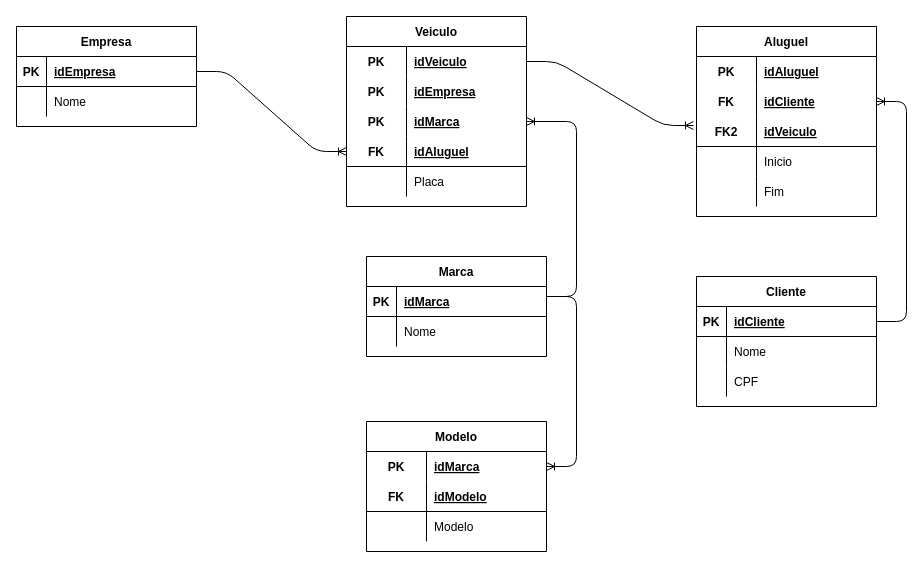
Before: page "logico" (2 of 2) of Exercícios/Exercício 1.2/1.2_modelo-conceitual-logico.drawio in Eduardo-Cav/Senai_sprint1_bd, a draw.io diagram. Source tidied: cells renumbered, new cells numbered last; positions are measured from the earlier drawing's top-left corner, leaving out a move shared by most shapes. Both pictures are drawn from the tidied source at 100%, with x=0, y=0 at pixel (16, 16).
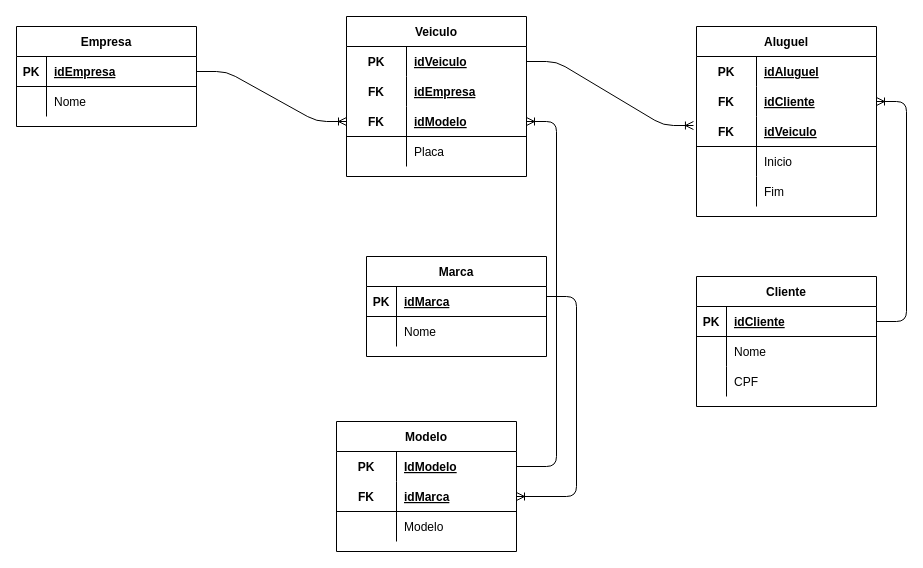
Above is the later version.

The change refers to these unchanged cells:
```xml
<mxCell id="13" style="shape=partialRectangle;fillColor=none;top=0;left=0;bottom=0;right=0;" parent="9" vertex="1">
  <mxGeometry y="60" width="180" height="30" as="geometry" />
</mxCell>
<mxCell id="42" style="shape=partialRectangle;fillColor=none;top=0;left=0;bottom=1;right=0;points=[[0,0.5],[1,0.5]];portConstraint=eastwest;" parent="35" vertex="1">
  <mxGeometry y="90" width="180" height="30" as="geometry" />
</mxCell>
<mxCell id="61" style="shape=partialRectangle;fillColor=none;top=0;left=0;bottom=0;right=0;points=[[0,0.5],[1,0.5]];portConstraint=eastwest;" parent="60" vertex="1">
  <mxGeometry y="30" width="180" height="30" as="geometry" />
</mxCell>
<mxCell id="64" style="shape=partialRectangle;fillColor=none;top=0;left=0;bottom=1;right=0;points=[[0,0.5],[1,0.5]];portConstraint=eastwest;" parent="60" vertex="1">
  <mxGeometry y="60" width="180" height="30" as="geometry" />
</mxCell>
```

The edit, as a diff of the source:
```diff
@@
     <mxCell id="9" value="Veiculo" style="shape=table;startSize=30;childLayout=tableLayout;rowLines=0;fontStyle=1;align=center;" parent="1" vertex="1">
-      <mxGeometry x="330" width="180" height="190" as="geometry" />
+      <mxGeometry x="330" width="180" height="160" as="geometry" />
     </mxCell>
@@
-    <mxCell id="14" value="PK" style="shape=partialRectangle;fillColor=none;top=0;left=0;bottom=0;right=0;fontStyle=1;overflow=hidden;" parent="13" vertex="1">
+    <mxCell id="14" value="FK" style="shape=partialRectangle;fillColor=none;top=0;left=0;bottom=0;right=0;fontStyle=1;overflow=hidden;" parent="13" vertex="1">
       <mxGeometry width="60" height="30" as="geometry" />
     </mxCell>
@@
-    <mxCell id="16" style="shape=partialRectangle;fillColor=none;top=0;left=0;bottom=0;right=0;points=[[0,0.5],[1,0.5]];portConstraint=eastwest;" parent="9" vertex="1">
-      <mxGeometry y="90" width="180" height="30" as="geometry" />
-    </mxCell>
-    <mxCell id="17" value="PK" style="shape=partialRectangle;fillColor=none;top=0;left=0;bottom=0;right=0;fontStyle=1;overflow=hidden;" parent="16" vertex="1">
-      <mxGeometry width="60" height="30" as="geometry" />
-    </mxCell>
-    <mxCell id="18" value="idMarca" style="shape=partialRectangle;fillColor=none;top=0;left=0;bottom=0;right=0;align=left;spacingLeft=6;fontStyle=5;overflow=hidden;" parent="16" vertex="1">
-      <mxGeometry x="60" width="120" height="30" as="geometry" />
-    </mxCell>
     <mxCell id="19" style="shape=partialRectangle;fillColor=none;top=0;left=0;bottom=1;right=0;points=[[0,0.5],[1,0.5]];portConstraint=eastwest;" parent="9" vertex="1">
-      <mxGeometry y="120" width="180" height="30" as="geometry" />
+      <mxGeometry y="90" width="180" height="30" as="geometry" />
     </mxCell>
@@
-    <mxCell id="21" value="idAluguel" style="shape=partialRectangle;fillColor=none;top=0;left=0;bottom=0;right=0;align=left;spacingLeft=6;fontStyle=5;overflow=hidden;" parent="19" vertex="1">
+    <mxCell id="21" value="idModelo" style="shape=partialRectangle;fillColor=none;top=0;left=0;bottom=0;right=0;align=left;spacingLeft=6;fontStyle=5;overflow=hidden;" parent="19" vertex="1">
       <mxGeometry x="60" width="120" height="30" as="geometry" />
     </mxCell>
     <mxCell id="22" style="shape=partialRectangle;fillColor=none;top=0;left=0;bottom=0;right=0;" parent="9" vertex="1">
-      <mxGeometry y="150" width="180" height="30" as="geometry" />
+      <mxGeometry y="120" width="180" height="30" as="geometry" />
     </mxCell>
@@
-    <mxCell id="43" value="FK2" style="shape=partialRectangle;fillColor=none;top=0;left=0;bottom=0;right=0;fontStyle=1;overflow=hidden;" parent="42" vertex="1">
+    <mxCell id="43" value="FK" style="shape=partialRectangle;fillColor=none;top=0;left=0;bottom=0;right=0;fontStyle=1;overflow=hidden;" parent="42" vertex="1">
       <mxGeometry width="60" height="30" as="geometry" />
     </mxCell>
@@
-    <mxCell id="59" style="edgeStyle=entityRelationEdgeStyle;fontSize=12;html=1;endArrow=ERoneToMany;entryX=1;entryY=0.5;entryDx=0;entryDy=0;" parent="1" edge="1" target="16">
+    <mxCell id="59" style="edgeStyle=entityRelationEdgeStyle;fontSize=12;html=1;endArrow=ERoneToMany;entryX=1;entryY=0.5;entryDx=0;entryDy=0;" parent="1" edge="1" target="64">
       <mxGeometry relative="1" as="geometry">
         <mxPoint x="530" y="280" as="sourcePoint" />
       </mxGeometry>
     </mxCell>
     <mxCell id="60" value="Modelo" style="shape=table;startSize=30;childLayout=tableLayout;rowLines=0;fontStyle=1;align=center;" parent="1" vertex="1">
-      <mxGeometry x="350" y="405" width="180" height="130" as="geometry" />
+      <mxGeometry x="320" y="405" width="180" height="130" as="geometry" />
     </mxCell>
@@
-    <mxCell id="63" value="idMarca" style="shape=partialRectangle;fillColor=none;top=0;left=0;bottom=0;right=0;align=left;spacingLeft=6;fontStyle=5;overflow=hidden;" parent="61" vertex="1">
+    <mxCell id="63" value="IdModelo" style="shape=partialRectangle;fillColor=none;top=0;left=0;bottom=0;right=0;align=left;spacingLeft=6;fontStyle=5;overflow=hidden;" parent="61" vertex="1">
       <mxGeometry x="60" width="120" height="30" as="geometry" />
     </mxCell>
@@
-    <mxCell id="66" value="idModelo" style="shape=partialRectangle;fillColor=none;top=0;left=0;bottom=0;right=0;align=left;spacingLeft=6;fontStyle=5;overflow=hidden;" parent="64" vertex="1">
+    <mxCell id="66" value="idMarca" style="shape=partialRectangle;fillColor=none;top=0;left=0;bottom=0;right=0;align=left;spacingLeft=6;fontStyle=5;overflow=hidden;" parent="64" vertex="1">
       <mxGeometry x="60" width="120" height="30" as="geometry" />
     </mxCell>
@@
-    <mxCell id="70" style="edgeStyle=entityRelationEdgeStyle;fontSize=12;html=1;endArrow=ERoneToMany;entryX=1;entryY=0.5;entryDx=0;entryDy=0;" parent="1" edge="1" target="61">
-      <mxGeometry relative="1" as="geometry">
-        <mxPoint x="530" y="280" as="sourcePoint" />
-      </mxGeometry>
+    <mxCell id="70" style="edgeStyle=entityRelationEdgeStyle;fontSize=12;html=1;endArrow=ERoneToMany;exitX=1;exitY=0.5;exitDx=0;exitDy=0;" parent="1" edge="1" source="61" target="19">
+      <mxGeometry relative="1" as="geometry" />
     </mxCell>
```
